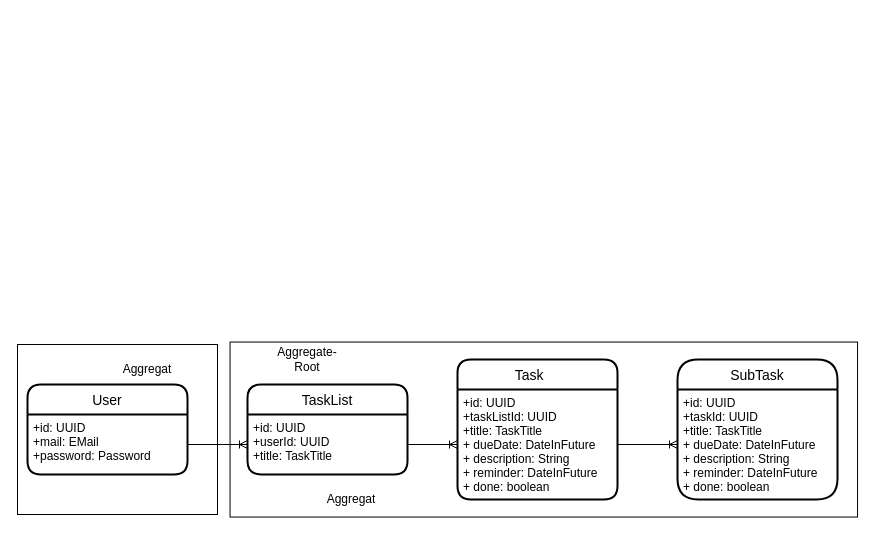
Before: entities_and_value_objects.drawio in fgervasi-cell/Programmentwurf_ASE, a draw.io diagram. Source tidied: cells renumbered, new cells numbered last; positions are measured from the earlier drawing's top-left corner, leaving out a move shared by most shapes. Both pictures are drawn from the tidied source at 100%, with x=0, y=0 at pixel (17, 115).
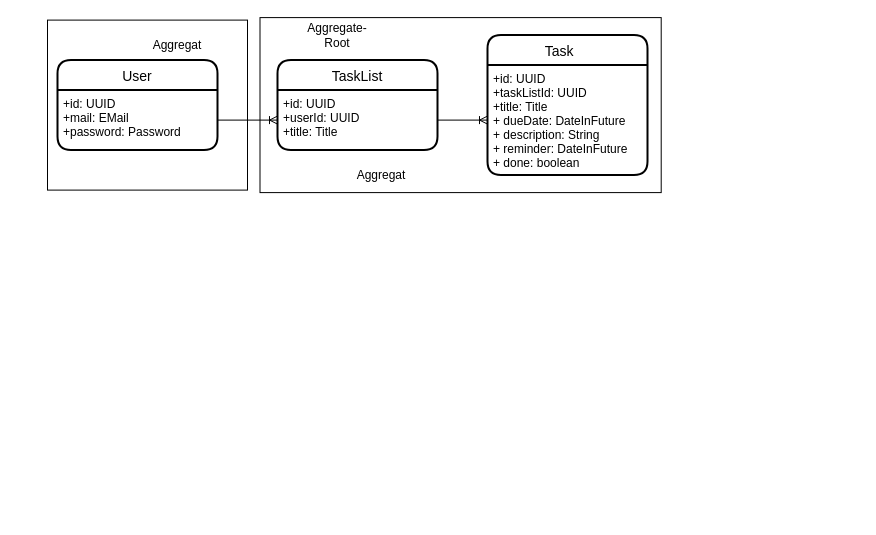
The same diagram, later.

Diff of the diagram source:
```diff
@@
 <mxGraphModel>
   <root>
     <mxCell id="0" />
     <mxCell id="1" parent="0" />
-    <mxCell id="2" style="group;" parent="1" vertex="1">
-      <mxGeometry y="226.5" width="840" height="175" as="geometry" />
-    </mxCell>
-    <mxCell id="3" style="rounded=0;whiteSpace=wrap;html=1;fillColor=none;rotation=90;" parent="2" vertex="1">
-      <mxGeometry x="438.8" y="-226.2" width="175" height="627.5" as="geometry" />
+    <mxCell id="3" style="rounded=0;whiteSpace=wrap;html=1;fillColor=none;rotation=90;" parent="1" vertex="1">
+      <mxGeometry x="355.6" y="-211" width="175" height="401.2" as="geometry" />
     </mxCell>
-    <mxCell id="4" value="Aggregat" style="text;html=1;strokeColor=none;fillColor=none;align=center;verticalAlign=middle;whiteSpace=wrap;rounded=0;" parent="2" vertex="1">
-      <mxGeometry x="100" y="12.5" width="60" height="30" as="geometry" />
+    <mxCell id="4" value="Aggregat" style="text;html=1;strokeColor=none;fillColor=none;align=center;verticalAlign=middle;whiteSpace=wrap;rounded=0;" parent="1" vertex="1">
+      <mxGeometry x="130" y="-85.4" width="60" height="30" as="geometry" />
     </mxCell>
-    <mxCell id="5" style="rounded=0;whiteSpace=wrap;html=1;fillColor=none;" parent="2" vertex="1">
-      <mxGeometry y="2.5" width="200" height="170" as="geometry" />
+    <mxCell id="5" style="rounded=0;whiteSpace=wrap;html=1;fillColor=none;" parent="1" vertex="1">
+      <mxGeometry x="30" y="-95.4" width="200" height="170" as="geometry" />
     </mxCell>
-    <mxCell id="6" value="Aggregat" style="text;html=1;strokeColor=none;fillColor=none;align=center;verticalAlign=middle;whiteSpace=wrap;rounded=0;" parent="2" vertex="1">
-      <mxGeometry x="304" y="142.5" width="60" height="30" as="geometry" />
+    <mxCell id="6" value="Aggregat" style="text;html=1;strokeColor=none;fillColor=none;align=center;verticalAlign=middle;whiteSpace=wrap;rounded=0;" parent="1" vertex="1">
+      <mxGeometry x="334" y="44.6" width="60" height="30" as="geometry" />
     </mxCell>
-    <mxCell id="7" value="Aggregate-Root" style="text;html=1;strokeColor=none;fillColor=none;align=center;verticalAlign=middle;whiteSpace=wrap;rounded=0;" parent="2" vertex="1">
-      <mxGeometry x="260" y="2.5" width="60" height="30" as="geometry" />
+    <mxCell id="7" value="Aggregate-Root" style="text;html=1;strokeColor=none;fillColor=none;align=center;verticalAlign=middle;whiteSpace=wrap;rounded=0;" parent="1" vertex="1">
+      <mxGeometry x="290" y="-95.4" width="60" height="30" as="geometry" />
     </mxCell>
-    <mxCell id="8" value="User" style="swimlane;horizontal=1;startSize=30;rounded=1;fontSize=14;fontStyle=0;strokeWidth=2;shadow=0;dashed=0;align=center;" parent="2" vertex="1">
-      <mxGeometry x="10" y="42.5" width="160" height="90" as="geometry" />
+    <mxCell id="8" value="User" style="swimlane;horizontal=1;startSize=30;rounded=1;fontSize=14;fontStyle=0;strokeWidth=2;shadow=0;dashed=0;align=center;" parent="1" vertex="1">
+      <mxGeometry x="40" y="-55.4" width="160" height="90" as="geometry" />
     </mxCell>
     <mxCell id="9" value="+id: UUID&#10;+mail: EMail&#10;+password: Password" style="align=left;strokeColor=none;fillColor=none;spacingLeft=4;fontSize=12;verticalAlign=top;" parent="8" vertex="1">
       <mxGeometry y="30" width="160" height="60" as="geometry" />
     </mxCell>
-    <mxCell id="10" value="TaskList" style="swimlane;horizontal=1;startSize=30;rounded=1;fontSize=14;fontStyle=0;strokeWidth=2;shadow=0;dashed=0;align=center;" parent="2" vertex="1">
-      <mxGeometry x="230" y="42.5" width="160" height="90" as="geometry" />
+    <mxCell id="10" value="TaskList" style="swimlane;horizontal=1;startSize=30;rounded=1;fontSize=14;fontStyle=0;strokeWidth=2;shadow=0;dashed=0;align=center;" parent="1" vertex="1">
+      <mxGeometry x="260" y="-55.4" width="160" height="90" as="geometry" />
     </mxCell>
-    <mxCell id="11" value="+id: UUID&#10;+userId: UUID&#10;+title: TaskTitle" style="align=left;strokeColor=none;fillColor=none;spacingLeft=4;fontSize=12;verticalAlign=top;" parent="10" vertex="1">
+    <mxCell id="11" value="+id: UUID&#10;+userId: UUID&#10;+title: Title" style="align=left;strokeColor=none;fillColor=none;spacingLeft=4;fontSize=12;verticalAlign=top;" parent="10" vertex="1">
       <mxGeometry y="30" width="160" height="60" as="geometry" />
     </mxCell>
-    <mxCell id="12" value="Task    " style="swimlane;horizontal=1;startSize=30;rounded=1;fontSize=14;fontStyle=0;strokeWidth=2;shadow=0;dashed=0;align=center;" parent="2" vertex="1">
-      <mxGeometry x="440" y="17.5" width="160" height="140" as="geometry" />
+    <mxCell id="12" value="Task    " style="swimlane;horizontal=1;startSize=30;rounded=1;fontSize=14;fontStyle=0;strokeWidth=2;shadow=0;dashed=0;align=center;" parent="1" vertex="1">
+      <mxGeometry x="470" y="-80.4" width="160" height="140" as="geometry" />
     </mxCell>
-    <mxCell id="13" value="+id: UUID&#10;+taskListId: UUID&#10;+title: TaskTitle&#10;+ dueDate: DateInFuture&#10;+ description: String&#10;+ reminder: DateInFuture&#10;+ done: boolean" style="align=left;strokeColor=none;fillColor=none;spacingLeft=4;fontSize=12;verticalAlign=top;" parent="12" vertex="1">
+    <mxCell id="13" value="+id: UUID&#10;+taskListId: UUID&#10;+title: Title&#10;+ dueDate: DateInFuture&#10;+ description: String&#10;+ reminder: DateInFuture&#10;+ done: boolean" style="align=left;strokeColor=none;fillColor=none;spacingLeft=4;fontSize=12;verticalAlign=top;" parent="12" vertex="1">
       <mxGeometry y="30" width="160" height="110" as="geometry" />
     </mxCell>
-    <mxCell id="14" value="SubTask" style="swimlane;horizontal=1;startSize=30;rounded=1;fontSize=14;fontStyle=0;strokeWidth=2;shadow=0;dashed=0;align=center;arcSize=23;" parent="2" vertex="1">
-      <mxGeometry x="660" y="17.5" width="160" height="140" as="geometry" />
-    </mxCell>
-    <mxCell id="15" value="+id: UUID&#10;+taskId: UUID&#10;+title: TaskTitle&#10;+ dueDate: DateInFuture&#10;+ description: String&#10;+ reminder: DateInFuture&#10;+ done: boolean" style="align=left;strokeColor=none;fillColor=none;spacingLeft=4;fontSize=12;verticalAlign=top;" parent="14" vertex="1">
-      <mxGeometry y="30" width="160" height="110" as="geometry" />
-    </mxCell>
-    <mxCell id="16" style="fontSize=12;html=1;endArrow=ERoneToMany;rounded=0;exitX=1;exitY=0.5;exitDx=0;exitDy=0;entryX=0;entryY=0.5;entryDx=0;entryDy=0;" parent="2" edge="1" source="9" target="11">
+    <mxCell id="16" style="fontSize=12;html=1;endArrow=ERoneToMany;rounded=0;exitX=1;exitY=0.5;exitDx=0;exitDy=0;entryX=0;entryY=0.5;entryDx=0;entryDy=0;" parent="1" edge="1" source="9" target="11">
       <mxGeometry relative="1" as="geometry" />
     </mxCell>
-    <mxCell id="17" style="fontSize=12;html=1;endArrow=ERoneToMany;rounded=0;exitX=1;exitY=0.5;exitDx=0;exitDy=0;entryX=0;entryY=0.5;entryDx=0;entryDy=0;" parent="2" edge="1" source="11" target="13">
+    <mxCell id="17" style="fontSize=12;html=1;endArrow=ERoneToMany;rounded=0;exitX=1;exitY=0.5;exitDx=0;exitDy=0;entryX=0;entryY=0.5;entryDx=0;entryDy=0;" parent="1" edge="1" source="11" target="13">
       <mxGeometry relative="1" as="geometry" />
     </mxCell>
-    <mxCell id="18" style="fontSize=12;html=1;endArrow=ERoneToMany;rounded=0;exitX=1;exitY=0.5;exitDx=0;exitDy=0;entryX=0;entryY=0.5;entryDx=0;entryDy=0;" parent="2" edge="1" source="13" target="15">
-      <mxGeometry relative="1" as="geometry" />
-    </mxCell>
   </root>
 </mxGraphModel>
```
